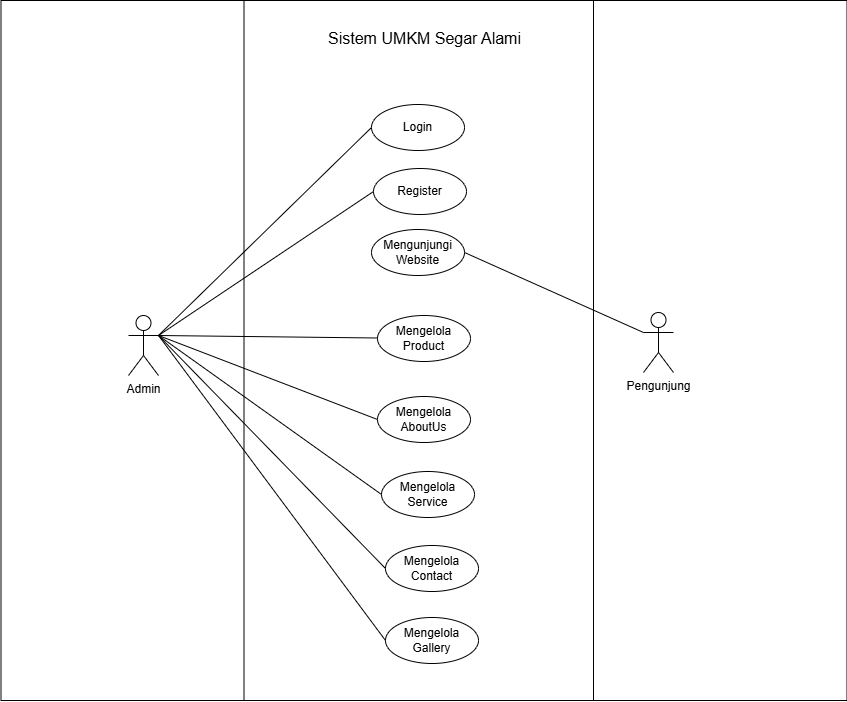
The draw.io diagram Gambar/AntarMuka_Sistem.png in dane-09/UMKM_SegarAlami, before a commit. Source tidied: cells renumbered, new cells last; positions are measured from the earlier drawing's top-left corner, leaving out a move shared by most shapes.
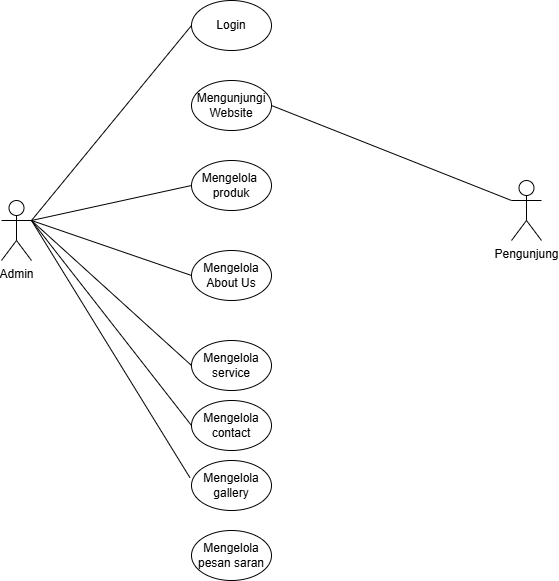
Above is the later version.

Diff of the diagram source:
```diff
@@ -2,68 +2,56 @@
   <root>
     <mxCell id="0" />
     <mxCell id="1" parent="0" />
+    <mxCell id="8" value="Admin" style="shape=umlActor;verticalLabelPosition=bottom;verticalAlign=top;html=1;outlineConnect=0;" parent="1" vertex="1">
+      <mxGeometry x="418" y="347" width="30" height="60" as="geometry" />
+    </mxCell>
+    <mxCell id="10" value="Login" style="ellipse;whiteSpace=wrap;html=1;" parent="1" vertex="1">
+      <mxGeometry x="608" y="147" width="80" height="50" as="geometry" />
+    </mxCell>
+    <mxCell id="13" value="Mengunjungi&lt;div&gt;Website&lt;/div&gt;" style="ellipse;whiteSpace=wrap;html=1;" parent="1" vertex="1">
+      <mxGeometry x="608" y="227" width="80" height="50" as="geometry" />
+    </mxCell>
+    <mxCell id="23" value="Mengelola&amp;nbsp;&lt;div&gt;produk&lt;/div&gt;" style="ellipse;whiteSpace=wrap;html=1;" parent="1" vertex="1">
+      <mxGeometry x="608" y="307" width="80" height="50" as="geometry" />
+    </mxCell>
+    <mxCell id="24" value="Mengelola&lt;div&gt;About Us&lt;/div&gt;" style="ellipse;whiteSpace=wrap;html=1;" parent="1" vertex="1">
+      <mxGeometry x="608" y="397" width="80" height="50" as="geometry" />
+    </mxCell>
+    <mxCell id="25" value="Mengelola service" style="ellipse;whiteSpace=wrap;html=1;" parent="1" vertex="1">
+      <mxGeometry x="608" y="487" width="80" height="50" as="geometry" />
+    </mxCell>
+    <mxCell id="19" value="Pengunjung" style="shape=umlActor;verticalLabelPosition=bottom;verticalAlign=top;html=1;outlineConnect=0;" parent="1" vertex="1">
+      <mxGeometry x="928" y="327" width="30" height="60" as="geometry" />
+    </mxCell>
-    <mxCell id="2" style="edgeStyle=none;curved=1;rounded=0;jettySize=auto;html=1;exitX=1;exitY=0.3333333333333333;exitDx=0;exitDy=0;exitPerimeter=0;entryX=0;entryY=0.5;entryDx=0;entryDy=0;fontSize=12;startSize=8;endSize=8;endArrow=none;endFill=0;" parent="1" edge="1" source="8" target="10">
+    <mxCell id="2" style="endArrow=none;html=1;rounded=0;exitX=1;exitY=0.3333333333333333;exitDx=0;exitDy=0;exitPerimeter=0;entryX=0;entryY=0.5;entryDx=0;entryDy=0;" parent="1" edge="1" source="8" target="10">
       <mxGeometry relative="1" as="geometry" />
     </mxCell>
-    <mxCell id="3" style="edgeStyle=none;curved=1;rounded=0;jettySize=auto;html=1;exitX=1;exitY=0.3333333333333333;exitDx=0;exitDy=0;exitPerimeter=0;entryX=0;entryY=0.5;entryDx=0;entryDy=0;fontSize=12;startSize=8;endSize=8;endArrow=none;endFill=0;" parent="1" edge="1" source="8" target="11">
-      <mxGeometry relative="1" as="geometry" />
-    </mxCell>
-    <mxCell id="4" style="edgeStyle=none;curved=1;rounded=0;jettySize=auto;html=1;exitX=1;exitY=0.3333333333333333;exitDx=0;exitDy=0;exitPerimeter=0;fontSize=12;startSize=8;endSize=8;endArrow=none;endFill=0;" parent="1" edge="1" source="8" target="14">
-      <mxGeometry relative="1" as="geometry" />
-    </mxCell>
-    <mxCell id="5" style="edgeStyle=none;curved=1;rounded=0;jettySize=auto;html=1;exitX=1;exitY=0.3333333333333333;exitDx=0;exitDy=0;exitPerimeter=0;entryX=0;entryY=0.5;entryDx=0;entryDy=0;fontSize=12;startSize=8;endSize=8;endArrow=none;endFill=0;" parent="1" edge="1" source="8" target="15">
-      <mxGeometry relative="1" as="geometry" />
-    </mxCell>
-    <mxCell id="6" style="edgeStyle=none;curved=1;rounded=0;jettySize=auto;html=1;exitX=1;exitY=0.3333333333333333;exitDx=0;exitDy=0;exitPerimeter=0;entryX=0;entryY=0.5;entryDx=0;entryDy=0;fontSize=12;startSize=8;endSize=8;endArrow=none;endFill=0;" parent="1" edge="1" source="8" target="16">
-      <mxGeometry relative="1" as="geometry" />
-    </mxCell>
-    <mxCell id="7" style="edgeStyle=none;curved=1;rounded=0;jettySize=auto;html=1;exitX=1;exitY=0.3333333333333333;exitDx=0;exitDy=0;exitPerimeter=0;entryX=0;entryY=0.5;entryDx=0;entryDy=0;fontSize=12;startSize=8;endSize=8;endArrow=none;endFill=0;" parent="1" edge="1" source="8" target="17">
-      <mxGeometry relative="1" as="geometry" />
-    </mxCell>
-    <mxCell id="8" value="Admin" style="shape=umlActor;verticalLabelPosition=bottom;verticalAlign=top;html=1;outlineConnect=0;" parent="1" vertex="1">
-      <mxGeometry x="127" y="315" width="30" height="60" as="geometry" />
-    </mxCell>
-    <mxCell id="9" value="Sistem UMKM Segar Alami" style="text;html=1;align=center;verticalAlign=middle;strokeColor=none;fillColor=none;fontSize=16;" parent="1" vertex="1">
-      <mxGeometry x="323.5" y="23" width="198" height="31" as="geometry" />
-    </mxCell>
-    <mxCell id="10" value="Login" style="ellipse;whiteSpace=wrap;html=1;" parent="1" vertex="1">
-      <mxGeometry x="370" y="104" width="93" height="46" as="geometry" />
-    </mxCell>
-    <mxCell id="11" value="Register" style="ellipse;whiteSpace=wrap;html=1;" parent="1" vertex="1">
-      <mxGeometry x="372" y="168" width="93" height="46" as="geometry" />
-    </mxCell>
-    <mxCell id="12" style="edgeStyle=none;curved=1;rounded=0;jettySize=auto;html=1;exitX=0;exitY=0.3333333333333333;exitDx=0;exitDy=0;exitPerimeter=0;entryX=1;entryY=0.5;entryDx=0;entryDy=0;fontSize=12;startSize=8;endSize=8;endArrow=none;endFill=0;" parent="1" edge="1" source="19" target="13">
-      <mxGeometry relative="1" as="geometry" />
-    </mxCell>
-    <mxCell id="13" value="Mengunjungi Website" style="ellipse;whiteSpace=wrap;html=1;" parent="1" vertex="1">
-      <mxGeometry x="370" y="229" width="93" height="46" as="geometry" />
-    </mxCell>
-    <mxCell id="14" value="Mengelola Product&lt;span style=&quot;color: rgba(0, 0, 0, 0); font-family: monospace; font-size: 0px; text-align: start; text-wrap-mode: nowrap;&quot;&gt;%3CmxGraphModel%3E%3Croot%3E%3CmxCell%20id%3D%220%22%2F%3E%3CmxCell%20id%3D%221%22%20parent%3D%220%22%2F%3E%3CmxCell%20id%3D%222%22%20value%3D%22Register%22%20style%3D%22ellipse%3BwhiteSpace%3Dwrap%3Bhtml%3D1%3B%22%20vertex%3D%221%22%20parent%3D%221%22%3E%3CmxGeometry%20x%3D%22134%22%20y%3D%2271%22%20width%3D%2293%22%20height%3D%2246%22%20as%3D%22geometry%22%2F%3E%3C%2FmxCell%3E%3C%2Froot%3E%3C%2FmxGraphModel%3E&lt;/span&gt;" style="ellipse;whiteSpace=wrap;html=1;" parent="1" vertex="1">
-      <mxGeometry x="376" y="315" width="93" height="46" as="geometry" />
-    </mxCell>
-    <mxCell id="15" value="Mengelola AboutUs" style="ellipse;whiteSpace=wrap;html=1;" parent="1" vertex="1">
-      <mxGeometry x="376" y="396" width="93" height="46" as="geometry" />
-    </mxCell>
-    <mxCell id="16" value="Mengelola Service" style="ellipse;whiteSpace=wrap;html=1;" parent="1" vertex="1">
-      <mxGeometry x="380" y="471" width="93" height="46" as="geometry" />
-    </mxCell>
-    <mxCell id="17" value="Mengelola Contact" style="ellipse;whiteSpace=wrap;html=1;" parent="1" vertex="1">
-      <mxGeometry x="384" y="545" width="93" height="46" as="geometry" />
-    </mxCell>
-    <mxCell id="18" style="swimlane;startSize=0;" parent="1" vertex="1">
-      <mxGeometry x="-0.5" width="846" height="700" as="geometry" />
-    </mxCell>
-    <mxCell id="19" value="Pengunjung" style="shape=umlActor;verticalLabelPosition=bottom;verticalAlign=top;html=1;outlineConnect=0;" parent="18" vertex="1">
-      <mxGeometry x="642.5" y="312" width="30" height="60" as="geometry" />
-    </mxCell>
-    <mxCell id="20" style="swimlane;startSize=0;" parent="18" vertex="1">
-      <mxGeometry x="243" width="349.5" height="700" as="geometry" />
-    </mxCell>
-    <mxCell id="21" value="Mengelola Gallery" style="ellipse;whiteSpace=wrap;html=1;" parent="20" vertex="1">
-      <mxGeometry x="141.5" y="617" width="93" height="46" as="geometry" />
-    </mxCell>
-    <mxCell id="22" style="endArrow=none;html=1;rounded=0;exitX=1;exitY=0.3333333333333333;exitDx=0;exitDy=0;exitPerimeter=0;entryX=0;entryY=0.5;entryDx=0;entryDy=0;endFill=0;" parent="1" edge="1" source="8" target="21">
-      <mxGeometry relative="1" as="geometry" />
-    </mxCell>
+    <mxCell id="26" style="endArrow=none;html=1;rounded=0;exitX=1;exitY=0.5;exitDx=0;exitDy=0;entryX=0;entryY=0.3333333333333333;entryDx=0;entryDy=0;entryPerimeter=0;" parent="1" edge="1" source="13" target="19">
+      <mxGeometry relative="1" as="geometry" />
+    </mxCell>
+    <mxCell id="27" value="Mengelola contact" style="ellipse;whiteSpace=wrap;html=1;" parent="1" vertex="1">
+      <mxGeometry x="608" y="547" width="80" height="50" as="geometry" />
+    </mxCell>
+    <mxCell id="28" value="Mengelola&lt;div&gt;gallery&lt;/div&gt;" style="ellipse;whiteSpace=wrap;html=1;" parent="1" vertex="1">
+      <mxGeometry x="608" y="607" width="80" height="50" as="geometry" />
+    </mxCell>
+    <mxCell id="29" style="endArrow=none;html=1;rounded=0;exitX=1;exitY=0.3333333333333333;exitDx=0;exitDy=0;exitPerimeter=0;entryX=0;entryY=0.5;entryDx=0;entryDy=0;" parent="1" edge="1" source="8" target="23">
+      <mxGeometry relative="1" as="geometry" />
+    </mxCell>
+    <mxCell id="30" style="endArrow=none;html=1;rounded=0;exitX=1;exitY=0.3333333333333333;exitDx=0;exitDy=0;exitPerimeter=0;entryX=0;entryY=0.5;entryDx=0;entryDy=0;" parent="1" edge="1" source="8" target="24">
+      <mxGeometry relative="1" as="geometry" />
+    </mxCell>
+    <mxCell id="31" style="endArrow=none;html=1;rounded=0;exitX=1;exitY=0.3333333333333333;exitDx=0;exitDy=0;exitPerimeter=0;entryX=0;entryY=0.5;entryDx=0;entryDy=0;" parent="1" edge="1" source="8" target="25">
+      <mxGeometry relative="1" as="geometry" />
+    </mxCell>
+    <mxCell id="32" style="endArrow=none;html=1;rounded=0;exitX=1;exitY=0.3333333333333333;exitDx=0;exitDy=0;exitPerimeter=0;entryX=0;entryY=0.5;entryDx=0;entryDy=0;" parent="1" edge="1" source="8" target="27">
+      <mxGeometry relative="1" as="geometry" />
+    </mxCell>
+    <mxCell id="33" style="endArrow=none;html=1;rounded=0;exitX=1;exitY=0.3333333333333333;exitDx=0;exitDy=0;exitPerimeter=0;entryX=-0.02;entryY=0.343;entryDx=0;entryDy=0;entryPerimeter=0;" parent="1" edge="1" source="8" target="28">
+      <mxGeometry relative="1" as="geometry" />
+    </mxCell>
+    <mxCell id="34" value="Mengelola&lt;div&gt;pesan saran&lt;/div&gt;" style="ellipse;whiteSpace=wrap;html=1;" parent="1" vertex="1">
+      <mxGeometry x="608" y="677" width="80" height="50" as="geometry" />
+    </mxCell>
   </root>
 </mxGraphModel>
```
